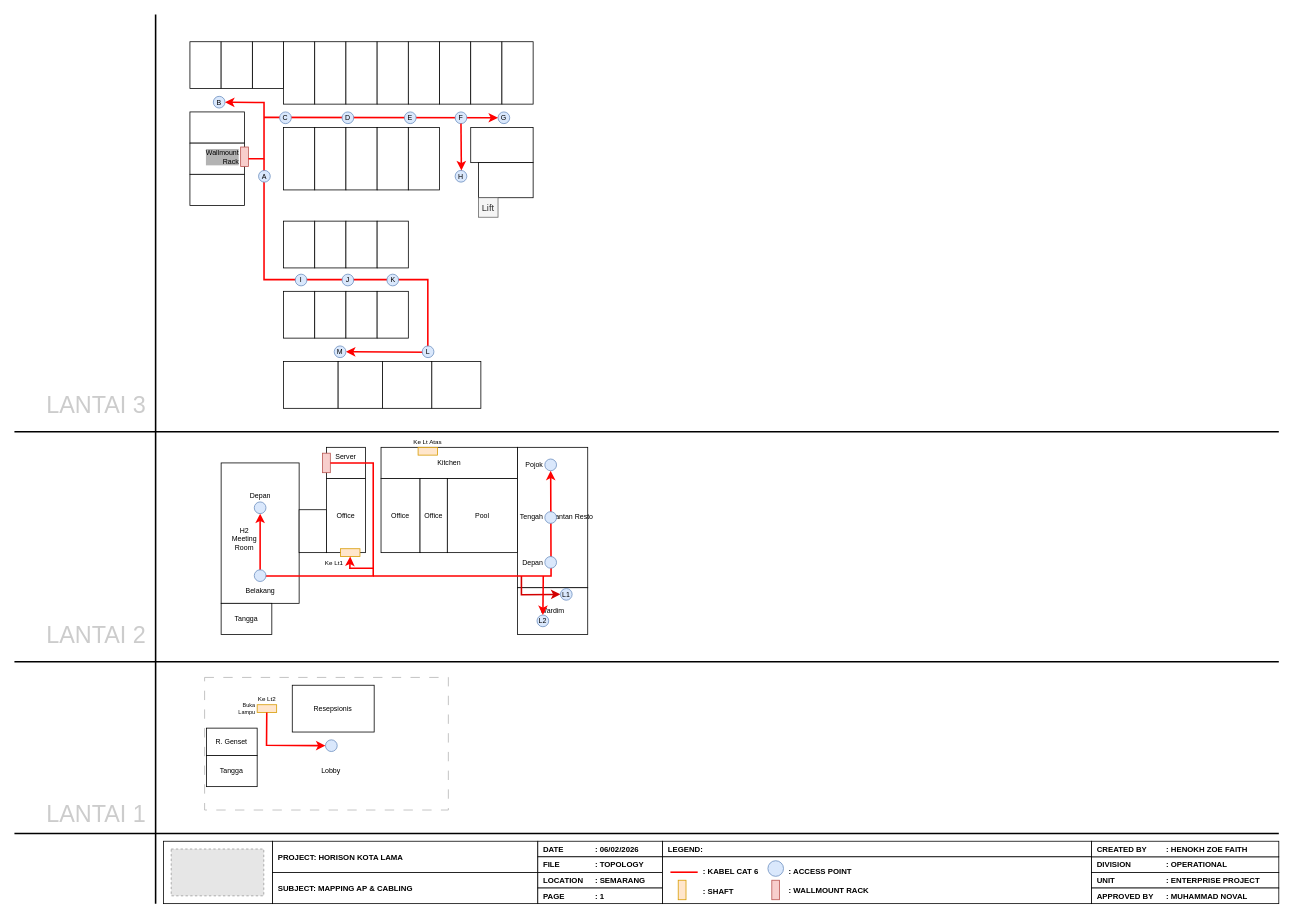
Above: page "Lantai 1,2,3" (2 of 4) of Topologi, Mapping & Cabling Horison Kota Lama.drawio in hnkzf/topologi-site (draw.io), before the change. Source tidied: cells renumbered, new cells numbered last; positions are measured from the earlier drawing's top-left corner, leaving out a move shared by most shapes. Both pictures are drawn from the tidied source at 78%, with x=0, y=0 at pixel (14, 14). Pictures stored in the file or linked from it are replaced by grey dashed boxes.
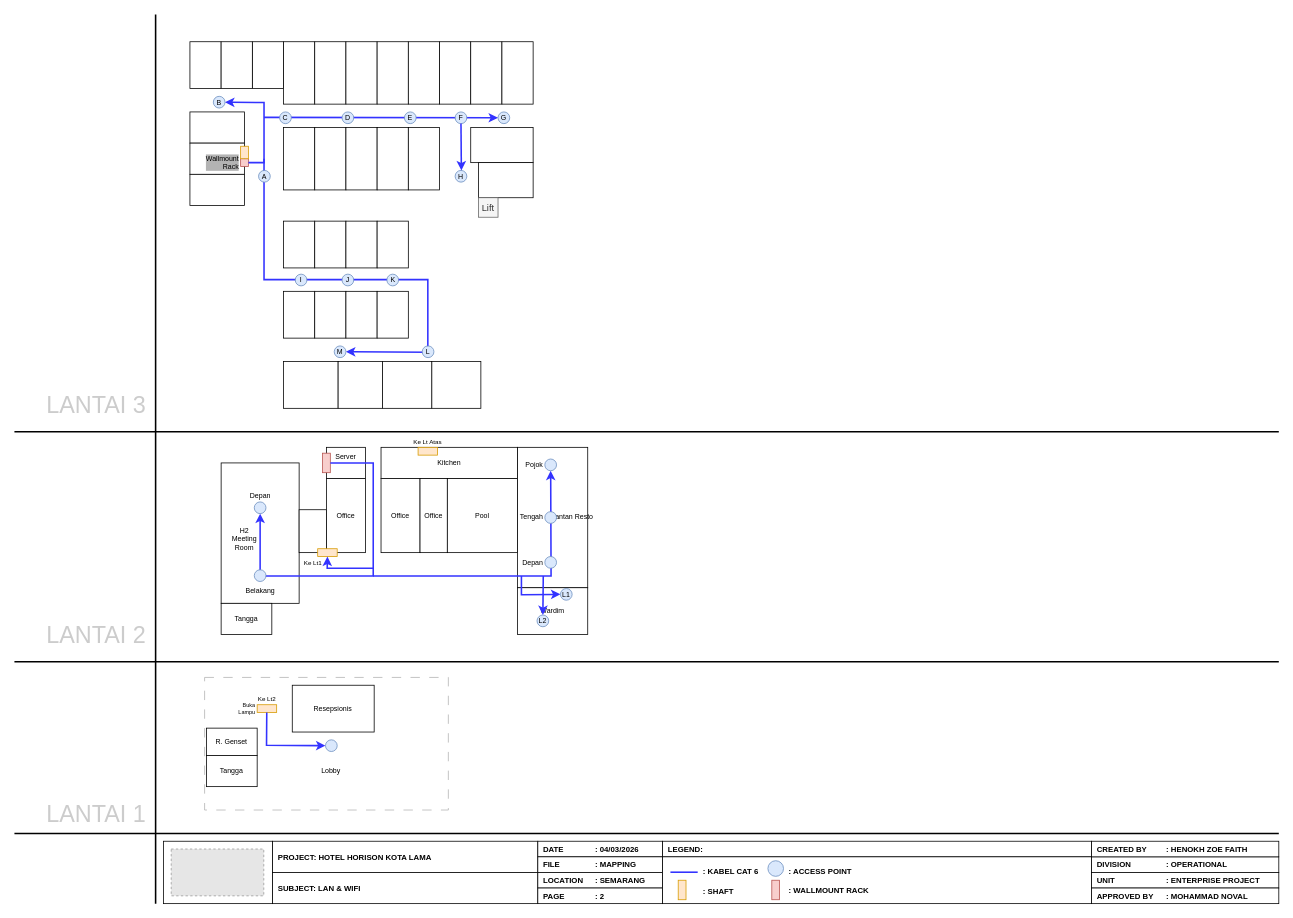
Above is the later version.

Unchanged cells that the change refers to:
```xml
<mxCell id="38" value="Shaft&lt;div&gt;Turun&lt;/div&gt;" style="rounded=0;whiteSpace=wrap;html=1;fillColor=#f8cecc;strokeColor=#b85450;align=right;labelPosition=left;verticalLabelPosition=middle;verticalAlign=middle;labelBackgroundColor=#B3B3B3;noLabel=1;textShadow=1;" parent="1" vertex="1">
  <mxGeometry x="395" y="562.5" width="10" height="25" as="geometry" />
</mxCell>
<mxCell id="43" value="Pojok" style="ellipse;whiteSpace=wrap;html=1;fillColor=#dae8fc;strokeColor=#6c8ebf;fontSize=9;labelPosition=left;verticalLabelPosition=middle;align=right;verticalAlign=middle;" parent="1" vertex="1">
  <mxGeometry x="680" y="570" width="15" height="15" as="geometry" />
</mxCell>
<mxCell id="45" value="L2" style="ellipse;whiteSpace=wrap;html=1;fillColor=#dae8fc;strokeColor=#6c8ebf;fontSize=9;" parent="1" vertex="1">
  <mxGeometry x="670" y="770" width="15" height="15" as="geometry" />
</mxCell>
<mxCell id="52" value="L1" style="ellipse;whiteSpace=wrap;html=1;fillColor=#dae8fc;strokeColor=#6c8ebf;fontSize=9;" parent="1" vertex="1">
  <mxGeometry x="700" y="736" width="15" height="15" as="geometry" />
</mxCell>
<mxCell id="63" style="ellipse;whiteSpace=wrap;html=1;fillColor=#dae8fc;strokeColor=#6c8ebf;fontSize=9;labelPosition=center;verticalLabelPosition=top;align=center;verticalAlign=bottom;" parent="1" vertex="1">
  <mxGeometry x="398.8" y="930" width="15" height="15" as="geometry" />
</mxCell>
<mxCell id="100" value="B" style="ellipse;whiteSpace=wrap;html=1;fillColor=#dae8fc;strokeColor=#6c8ebf;fontSize=9;" parent="1" vertex="1">
  <mxGeometry x="255" y="105" width="15" height="15" as="geometry" />
</mxCell>
<mxCell id="101" value="G" style="ellipse;whiteSpace=wrap;html=1;fillColor=#dae8fc;strokeColor=#6c8ebf;fontSize=9;" parent="1" vertex="1">
  <mxGeometry x="620" y="125" width="15" height="15" as="geometry" />
</mxCell>
<mxCell id="102" value="H" style="ellipse;whiteSpace=wrap;html=1;fillColor=#dae8fc;strokeColor=#6c8ebf;fontSize=9;" parent="1" vertex="1">
  <mxGeometry x="565" y="200" width="15" height="15" as="geometry" />
</mxCell>
<mxCell id="111" value="F" style="ellipse;whiteSpace=wrap;html=1;fillColor=#dae8fc;strokeColor=#6c8ebf;fontSize=9;" parent="1" vertex="1">
  <mxGeometry x="565" y="125" width="15" height="15" as="geometry" />
</mxCell>
<mxCell id="120" value="M" style="ellipse;whiteSpace=wrap;html=1;fillColor=#dae8fc;strokeColor=#6c8ebf;fontSize=9;" parent="1" vertex="1">
  <mxGeometry x="410" y="425" width="15" height="15" as="geometry" />
</mxCell>
```

Change to the diagram source:
```diff
@@
-    <mxCell id="8" value="PROJECT: HORISON KOTA LAMA" style="rounded=0;whiteSpace=wrap;html=1;align=left;fontStyle=1;fontSize=10;spacingLeft=5;" parent="1" vertex="1">
+    <mxCell id="8" value="PROJECT: HOTEL HORISON KOTA LAMA" style="rounded=0;whiteSpace=wrap;html=1;align=left;fontStyle=1;fontSize=10;spacingLeft=5;" parent="1" vertex="1">
       <mxGeometry x="331" y="1060" width="340" height="40" as="geometry" />
     </mxCell>
-    <mxCell id="9" value="SUBJECT: MAPPING AP &amp;amp; CABLING" style="rounded=0;whiteSpace=wrap;html=1;align=left;fontStyle=1;fontSize=10;spacingLeft=5;" parent="1" vertex="1">
+    <mxCell id="9" value="SUBJECT: LAN &amp;amp; WIFI" style="rounded=0;whiteSpace=wrap;html=1;align=left;fontStyle=1;fontSize=10;spacingLeft=5;" parent="1" vertex="1">
       <mxGeometry x="331" y="1100" width="340" height="40" as="geometry" />
     </mxCell>
-    <mxCell id="10" value="DATE&lt;span style=&quot;white-space: pre;&quot;&gt;&#9;&lt;/span&gt;&amp;nbsp; &amp;nbsp;&lt;span style=&quot;white-space: pre;&quot;&gt;&#9;&lt;/span&gt;: 06/02/2026" style="rounded=0;whiteSpace=wrap;html=1;align=left;fontStyle=1;fontSize=10;spacingLeft=5;" parent="1" vertex="1">
+    <mxCell id="10" value="DATE&lt;span style=&quot;white-space: pre;&quot;&gt;&#9;&lt;/span&gt;&amp;nbsp; &amp;nbsp;&lt;span style=&quot;white-space: pre;&quot;&gt;&#9;&lt;/span&gt;: 04/03/2026" style="rounded=0;whiteSpace=wrap;html=1;align=left;fontStyle=1;fontSize=10;spacingLeft=5;" parent="1" vertex="1">
       <mxGeometry x="671" y="1060" width="160" height="20" as="geometry" />
     </mxCell>
-    <mxCell id="11" value="FILE&lt;span style=&quot;white-space: pre;&quot;&gt;&#9;&lt;/span&gt;&lt;span style=&quot;white-space: pre;&quot;&gt;&#9;&lt;/span&gt;: TOPOLOGY" style="rounded=0;whiteSpace=wrap;html=1;align=left;fontStyle=1;fontSize=10;spacingLeft=5;" parent="1" vertex="1">
+    <mxCell id="11" value="FILE&lt;span style=&quot;white-space: pre;&quot;&gt;&#9;&lt;/span&gt;&lt;span style=&quot;white-space: pre;&quot;&gt;&#9;&lt;/span&gt;: MAPPING" style="rounded=0;whiteSpace=wrap;html=1;align=left;fontStyle=1;fontSize=10;spacingLeft=5;" parent="1" vertex="1">
       <mxGeometry x="671" y="1080" width="160" height="20" as="geometry" />
     </mxCell>
@@
-    <mxCell id="13" value="PAGE&lt;span style=&quot;white-space: pre;&quot;&gt;&#9;&lt;/span&gt;&lt;span style=&quot;white-space: pre;&quot;&gt;&#9;&lt;/span&gt;: 1" style="rounded=0;whiteSpace=wrap;html=1;align=left;fontStyle=1;fontSize=10;spacingLeft=5;" parent="1" vertex="1">
+    <mxCell id="13" value="PAGE&lt;span style=&quot;white-space: pre;&quot;&gt;&#9;&lt;/span&gt;&lt;span style=&quot;white-space: pre;&quot;&gt;&#9;&lt;/span&gt;: 2" style="rounded=0;whiteSpace=wrap;html=1;align=left;fontStyle=1;fontSize=10;spacingLeft=5;" parent="1" vertex="1">
       <mxGeometry x="671" y="1120" width="160" height="20" as="geometry" />
     </mxCell>
@@
-    <mxCell id="18" value="APPROVED BY&lt;span style=&quot;white-space: pre;&quot;&gt;&#9;&lt;/span&gt;: MUHAMMAD NOVAL" style="rounded=0;whiteSpace=wrap;html=1;align=left;fontStyle=1;fontSize=10;spacingLeft=5;" parent="1" vertex="1">
+    <mxCell id="18" value="APPROVED BY&lt;span style=&quot;white-space: pre;&quot;&gt;&#9;&lt;/span&gt;: MOHAMMAD NOVAL" style="rounded=0;whiteSpace=wrap;html=1;align=left;fontStyle=1;fontSize=10;spacingLeft=5;" parent="1" vertex="1">
       <mxGeometry x="1381" y="1120" width="240" height="20" as="geometry" />
     </mxCell>
@@
-    <mxCell id="20" style="endArrow=none;html=1;rounded=0;strokeWidth=2;strokeColor=#FF0000;" parent="1" edge="1">
+    <mxCell id="20" style="endArrow=none;html=1;rounded=0;strokeWidth=2;strokeColor=#3333FF;" parent="1" edge="1">
       <mxGeometry relative="1" as="geometry">
         <mxPoint x="841" y="1099.7" as="sourcePoint" />
         <mxPoint x="876" y="1099.7" as="targetPoint" />
       </mxGeometry>
     </mxCell>
@@
-    <mxCell id="46" style="endArrow=classic;html=1;rounded=0;strokeWidth=2;strokeColor=#FF0000;exitX=1;exitY=0.5;exitDx=0;exitDy=0;" parent="1" edge="1" source="38">
+    <mxCell id="46" style="endArrow=classic;html=1;rounded=0;strokeWidth=2;strokeColor=#3333FF;exitX=1;exitY=0.5;exitDx=0;exitDy=0;" parent="1" edge="1" source="38">
       <mxGeometry relative="1" as="geometry">
         <mxPoint x="315" y="640" as="targetPoint" />
         <Array as="points">
           <mxPoint x="460" y="575" />
           <mxPoint x="460" y="720" />
           <mxPoint x="315" y="720" />
         </Array>
       </mxGeometry>
     </mxCell>
-    <mxCell id="47" style="endArrow=classic;html=1;rounded=0;strokeWidth=2;strokeColor=#D20000;entryX=0;entryY=0.5;entryDx=0;entryDy=0;" parent="1" edge="1" target="52">
+    <mxCell id="47" style="endArrow=classic;html=1;rounded=0;strokeWidth=2;strokeColor=#3333FF;entryX=0;entryY=0.5;entryDx=0;entryDy=0;" parent="1" edge="1" target="52">
       <mxGeometry relative="1" as="geometry">
         <mxPoint x="650" y="720" as="sourcePoint" />
         <Array as="points">
           <mxPoint x="650" y="744" />
         </Array>
       </mxGeometry>
     </mxCell>
-    <mxCell id="48" style="endArrow=classic;html=1;rounded=0;strokeWidth=2;strokeColor=#FF0000;entryX=0.5;entryY=0;entryDx=0;entryDy=0;" parent="1" edge="1" target="45">
+    <mxCell id="48" style="endArrow=classic;html=1;rounded=0;strokeWidth=2;strokeColor=#3333FF;entryX=0.5;entryY=0;entryDx=0;entryDy=0;" parent="1" edge="1" target="45">
       <mxGeometry relative="1" as="geometry">
         <mxPoint x="678" y="720" as="sourcePoint" />
       </mxGeometry>
     </mxCell>
-    <mxCell id="49" style="endArrow=classic;html=1;rounded=0;strokeWidth=2;strokeColor=#FF0000;entryX=0.5;entryY=1;entryDx=0;entryDy=0;" parent="1" edge="1" target="43">
+    <mxCell id="49" style="endArrow=classic;html=1;rounded=0;strokeWidth=2;strokeColor=#3333FF;entryX=0.5;entryY=1;entryDx=0;entryDy=0;" parent="1" edge="1" target="43">
       <mxGeometry relative="1" as="geometry">
         <mxPoint x="460" y="720" as="sourcePoint" />
         <Array as="points">
           <mxPoint x="688" y="720" />
         </Array>
       </mxGeometry>
     </mxCell>
@@
     <mxCell id="55" value="Shaft&lt;div&gt;Turun&lt;/div&gt;" style="rounded=0;whiteSpace=wrap;html=1;fillColor=#ffe6cc;strokeColor=#d79b00;align=right;labelPosition=left;verticalLabelPosition=middle;verticalAlign=middle;labelBackgroundColor=#B3B3B3;fontColor=none;noLabel=1;textShadow=1;" parent="1" vertex="1">
-      <mxGeometry x="418" y="685" width="25" height="10" as="geometry" />
+      <mxGeometry x="388.8" y="685" width="25" height="10" as="geometry" />
     </mxCell>
-    <mxCell id="56" style="endArrow=classic;html=1;rounded=0;strokeWidth=2;strokeColor=#FF0000;entryX=0.5;entryY=1;entryDx=0;entryDy=0;" parent="1" edge="1" target="55">
+    <mxCell id="56" style="endArrow=classic;html=1;rounded=0;strokeWidth=2;strokeColor=#3333FF;entryX=0.5;entryY=1;entryDx=0;entryDy=0;" parent="1" edge="1" target="55">
       <mxGeometry relative="1" as="geometry">
         <mxPoint x="460" y="710" as="sourcePoint" />
         <Array as="points">
-          <mxPoint x="430" y="710" />
+          <mxPoint x="401" y="710" />
         </Array>
       </mxGeometry>
     </mxCell>
     <mxCell id="57" value="Ke Lt1" style="text;html=1;whiteSpace=wrap;strokeColor=none;fillColor=none;align=center;verticalAlign=middle;rounded=0;fontSize=8;" parent="1" vertex="1">
-      <mxGeometry x="395" y="695" width="30" height="15" as="geometry" />
+      <mxGeometry x="367.8" y="696" width="30" height="15" as="geometry" />
     </mxCell>
@@
-    <mxCell id="65" style="endArrow=classic;html=1;rounded=0;strokeWidth=2;strokeColor=#FF0000;entryX=0;entryY=0.5;entryDx=0;entryDy=0;" parent="1" edge="1" target="63">
+    <mxCell id="65" style="endArrow=classic;html=1;rounded=0;strokeWidth=2;strokeColor=#3333FF;entryX=0;entryY=0.5;entryDx=0;entryDy=0;" parent="1" edge="1" target="63">
       <mxGeometry relative="1" as="geometry">
         <mxPoint x="323.5" y="895" as="sourcePoint" />
         <Array as="points">
           <mxPoint x="323.2" y="937" />
         </Array>
       </mxGeometry>
     </mxCell>
@@
     <mxCell id="104" value="Wallmount Rack" style="rounded=0;whiteSpace=wrap;html=1;fillColor=#f8cecc;strokeColor=#b85450;align=right;labelPosition=left;verticalLabelPosition=middle;verticalAlign=middle;fontSize=9;labelBackgroundColor=#B3B3B3;labelBorderColor=none;" parent="1" vertex="1">
-      <mxGeometry x="290" y="170" width="10" height="25" as="geometry" />
+      <mxGeometry x="290" y="185" width="10" height="10" as="geometry" />
     </mxCell>
-    <mxCell id="105" style="endArrow=classic;html=1;rounded=0;entryX=1;entryY=0.5;entryDx=0;entryDy=0;exitX=1.006;exitY=0.598;exitDx=0;exitDy=0;exitPerimeter=0;strokeColor=#FF0000;strokeWidth=2;" parent="1" edge="1" source="104" target="100">
+    <mxCell id="105" style="endArrow=classic;html=1;rounded=0;entryX=1;entryY=0.5;entryDx=0;entryDy=0;strokeColor=#3333FF;strokeWidth=2;" parent="1" edge="1" source="104" target="100">
       <mxGeometry relative="1" as="geometry">
         <Array as="points">
-          <mxPoint x="320" y="185" />
+          <mxPoint x="320" y="190" />
           <mxPoint x="320" y="113" />
         </Array>
       </mxGeometry>
     </mxCell>
-    <mxCell id="106" style="endArrow=classic;html=1;rounded=0;entryX=0;entryY=0.5;entryDx=0;entryDy=0;strokeColor=#FF0000;strokeWidth=2;" parent="1" edge="1" target="101">
+    <mxCell id="106" style="endArrow=classic;html=1;rounded=0;entryX=0;entryY=0.5;entryDx=0;entryDy=0;strokeColor=#3333FF;strokeWidth=2;" parent="1" edge="1" target="101">
       <mxGeometry relative="1" as="geometry">
         <mxPoint x="320" y="132" as="sourcePoint" />
       </mxGeometry>
     </mxCell>
-    <mxCell id="107" style="endArrow=classic;html=1;rounded=0;entryX=1;entryY=0.5;entryDx=0;entryDy=0;strokeColor=#FF0000;strokeWidth=2;" parent="1" edge="1" target="120">
+    <mxCell id="107" style="endArrow=classic;html=1;rounded=0;entryX=1;entryY=0.5;entryDx=0;entryDy=0;strokeColor=#3333FF;strokeWidth=2;" parent="1" edge="1" target="120">
       <mxGeometry relative="1" as="geometry">
         <mxPoint x="320" y="185" as="sourcePoint" />
         <Array as="points">
           <mxPoint x="320" y="340" />
           <mxPoint x="530" y="340" />
           <mxPoint x="530" y="433" />
         </Array>
       </mxGeometry>
     </mxCell>
@@
-    <mxCell id="112" style="endArrow=classic;html=1;rounded=0;exitX=0.5;exitY=1;exitDx=0;exitDy=0;entryX=0.5;entryY=0;entryDx=0;entryDy=0;strokeColor=#FF0000;strokeWidth=2;fontSize=9;" parent="1" edge="1" source="111" target="102">
+    <mxCell id="112" style="endArrow=classic;html=1;rounded=0;exitX=0.5;exitY=1;exitDx=0;exitDy=0;entryX=0.5;entryY=0;entryDx=0;entryDy=0;strokeColor=#3333FF;strokeWidth=2;fontSize=9;" parent="1" edge="1" source="111" target="102">
       <mxGeometry relative="1" as="geometry">
         <Array as="points">
           <mxPoint x="573" y="200" />
         </Array>
       </mxGeometry>
     </mxCell>
@@
+    <mxCell id="123" value="Shaft&lt;div&gt;Turun&lt;/div&gt;" style="rounded=0;whiteSpace=wrap;html=1;fillColor=#ffe6cc;strokeColor=#d79b00;align=right;labelPosition=left;verticalLabelPosition=middle;verticalAlign=middle;labelBackgroundColor=#B3B3B3;fontColor=none;noLabel=1;textShadow=1;" parent="1" vertex="1">
+      <mxGeometry x="290" y="169" width="10" height="16" as="geometry" />
+    </mxCell>
```
